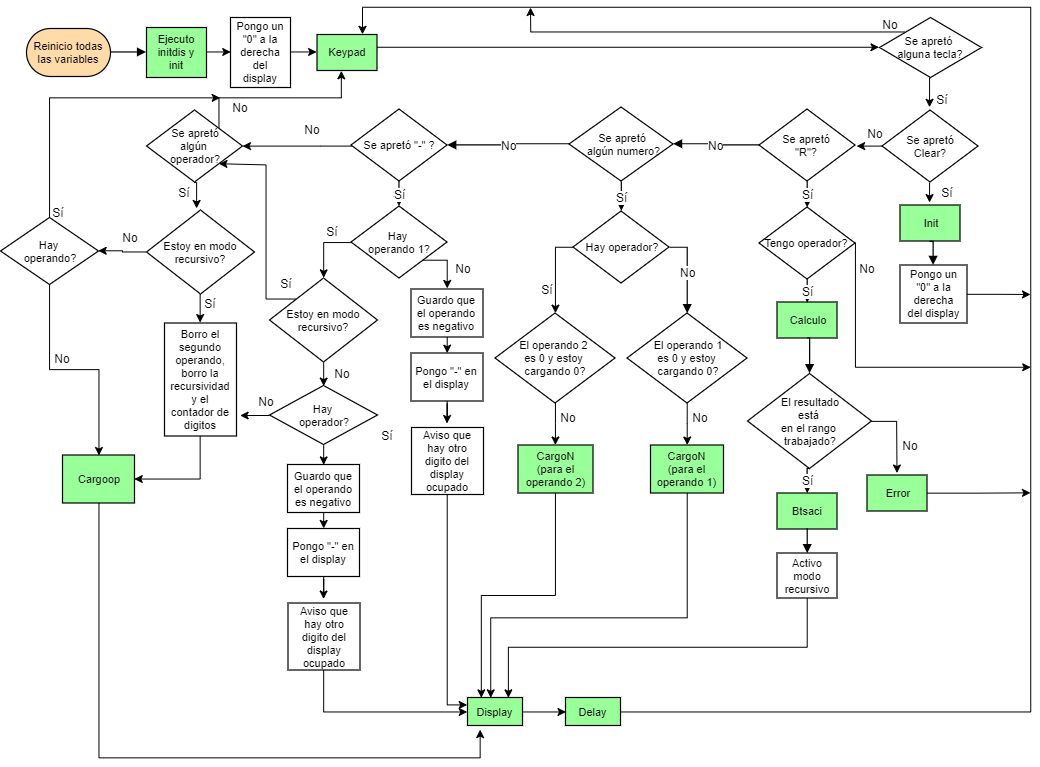
This is Diagramas de flujo/Main calculadora.png from FranBasili/CalculadoraASML, a draw.io export, as it was before one commit. Source tidied: cells renumbered, new cells last; positions are measured from the earlier drawing's top-left corner, leaving out a move shared by most shapes.
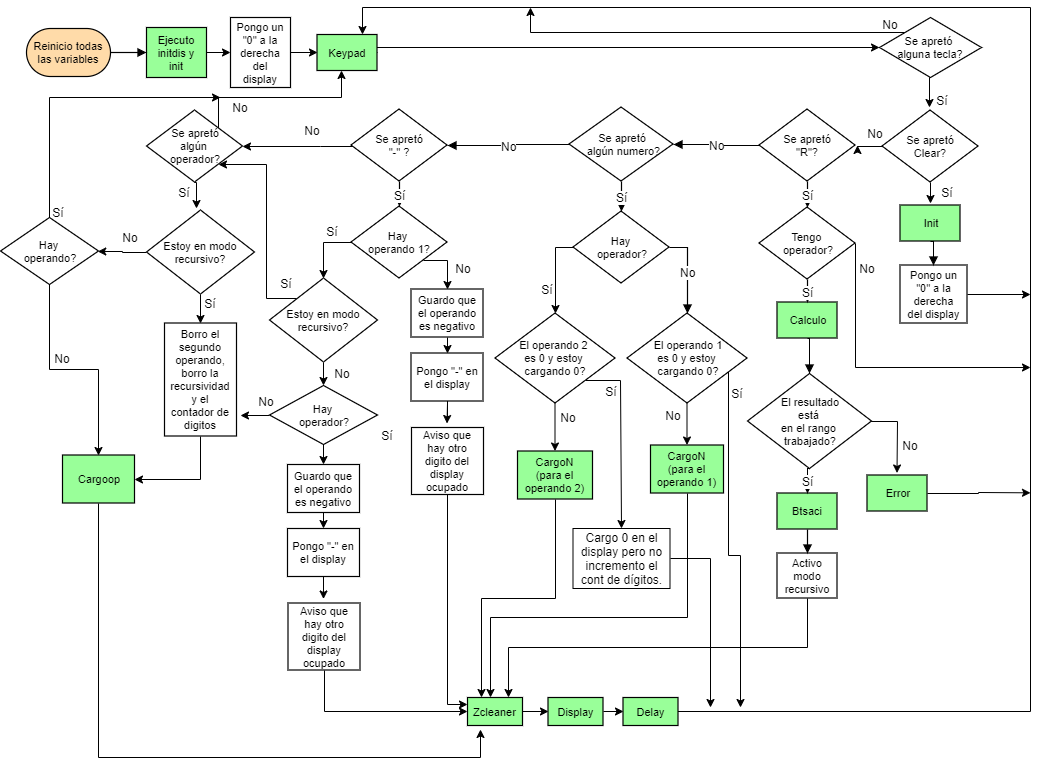
The same diagram one commit later.

Diff of the diagram source:
```diff
@@ -81,7 +81,7 @@
         </Array>
       </mxGeometry>
     </mxCell>
-    <mxCell id="22" value="Tengo operador?" style="html=1;whiteSpace=wrap;rhombus;fontSize=11;fontColor=#000000;spacing=5;strokeOpacity=100;strokeWidth=1.2;" parent="1" vertex="1">
+    <mxCell id="22" value="Tengo &lt;br&gt;operador?" style="html=1;whiteSpace=wrap;rhombus;fontSize=11;fontColor=#000000;spacing=5;strokeOpacity=100;strokeWidth=1.2;" parent="1" vertex="1">
       <mxGeometry x="758.5" y="199.5" width="96" height="72" as="geometry" />
     </mxCell>
     <mxCell id="23" value="Sí" style="html=1;jettySize=18;fontSize=11;fontColor=#000000;strokeOpacity=100;strokeWidth=1.2;rounded=1;arcSize=0;edgeStyle=orthogonalEdgeStyle;startArrow=none;endArrow=block;endFill=1;exitX=0.5;exitY=1.0104166666666667;exitPerimeter=1;entryX=0.5;entryY=-0.010416666666666725;entryPerimeter=1;" parent="1" edge="1" source="20" target="22">
@@ -143,12 +143,21 @@
         </Array>
       </mxGeometry>
     </mxCell>
-    <mxCell id="40" value="Hay operador?" style="html=1;whiteSpace=wrap;rhombus;fontSize=11;fontColor=#000000;spacing=5;strokeOpacity=100;strokeWidth=1.2;" parent="1" vertex="1">
+    <mxCell id="40" value="Hay &lt;br&gt;operador?" style="html=1;whiteSpace=wrap;rhombus;fontSize=11;fontColor=#000000;spacing=5;strokeOpacity=100;strokeWidth=1.2;" parent="1" vertex="1">
       <mxGeometry x="572.5" y="203.5" width="96" height="72" as="geometry" />
     </mxCell>
     <mxCell id="41" style="edgeStyle=orthogonalEdgeStyle;rounded=0;jettySize=auto;html=1;" parent="1" edge="1" source="42" target="44">
       <mxGeometry relative="1" as="geometry" />
     </mxCell>
+    <mxCell id="122" style="edgeStyle=orthogonalEdgeStyle;rounded=0;jettySize=auto;html=1;exitX=0.842;exitY=0.655;exitDx=0;exitDy=0;exitPerimeter=0;" parent="1" edge="1" source="42">
+      <mxGeometry relative="1" as="geometry">
+        <mxPoint x="740" y="700" as="targetPoint" />
+        <Array as="points">
+          <mxPoint x="728" y="548" />
+          <mxPoint x="740" y="548" />
+        </Array>
+      </mxGeometry>
+    </mxCell>
     <mxCell id="42" value="El operando 1 &lt;br&gt;es 0 y estoy &lt;br&gt;cargando 0?" style="html=1;whiteSpace=wrap;rhombus;fontSize=11;fontColor=#000000;spacing=5;strokeOpacity=100;strokeWidth=1.2;" parent="1" vertex="1">
       <mxGeometry x="626.5" y="305.5" width="120" height="90" as="geometry" />
     </mxCell>
@@ -184,7 +193,7 @@
         </Array>
       </mxGeometry>
     </mxCell>
-    <mxCell id="50" value="Se apretó &quot;-&quot; ?" style="html=1;whiteSpace=wrap;rhombus;fontSize=11;fontColor=#000000;spacing=5;strokeOpacity=100;strokeWidth=1.2;" parent="1" vertex="1">
+    <mxCell id="50" value="Se apretó &lt;br&gt;&quot;-&quot; ?" style="html=1;whiteSpace=wrap;rhombus;fontSize=11;fontColor=#000000;spacing=5;strokeOpacity=100;strokeWidth=1.2;" parent="1" vertex="1">
       <mxGeometry x="350.5" y="101.5" width="96" height="72" as="geometry" />
     </mxCell>
     <mxCell id="51" value="No" style="html=1;jettySize=18;fontSize=11;fontColor=#000000;strokeOpacity=100;strokeWidth=1.2;rounded=1;arcSize=0;edgeStyle=orthogonalEdgeStyle;startArrow=none;endArrow=block;endFill=1;exitX=-0.010416666666666696;exitY=0.5;exitPerimeter=1;entryX=1.0104166666666665;entryY=0.5;entryPerimeter=1;" parent="1" edge="1" source="28" target="50">
@@ -215,11 +224,18 @@
       <mxGeometry relative="1" as="geometry" />
     </mxCell>
     <mxCell id="60" value="No" style="text;html=1;strokeColor=none;fillColor=none;align=center;verticalAlign=middle;whiteSpace=wrap;rounded=0;" parent="1" vertex="1">
-      <mxGeometry x="679.5" y="399.5" width="40" height="20" as="geometry" />
+      <mxGeometry x="652.5" y="397.5" width="40" height="20" as="geometry" />
     </mxCell>
     <mxCell id="61" style="edgeStyle=orthogonalEdgeStyle;rounded=0;jettySize=auto;html=1;" parent="1" edge="1" source="62" target="64">
       <mxGeometry relative="1" as="geometry" />
     </mxCell>
+    <mxCell id="123" style="edgeStyle=orthogonalEdgeStyle;rounded=0;jettySize=auto;html=1;exitX=1;exitY=1;exitDx=0;exitDy=0;entryX=0.5;entryY=0;entryDx=0;entryDy=0;" parent="1" edge="1" source="62" target="126">
+      <mxGeometry relative="1" as="geometry">
+        <Array as="points">
+          <mxPoint x="620" y="373" />
+        </Array>
+      </mxGeometry>
+    </mxCell>
     <mxCell id="62" value="El operando 2&amp;nbsp;&lt;br&gt;es 0 y estoy &lt;br&gt;cargando 0?" style="html=1;whiteSpace=wrap;rhombus;fontSize=11;fontColor=#000000;spacing=5;strokeOpacity=100;strokeWidth=1.2;" parent="1" vertex="1">
       <mxGeometry x="494.5" y="305.5" width="120" height="90" as="geometry" />
     </mxCell>
@@ -227,7 +243,7 @@
       <mxGeometry relative="1" as="geometry" />
     </mxCell>
     <mxCell id="64" value="CargoN  (para el operando 2)" style="html=1;whiteSpace=wrap;fontSize=11;fontColor=#000000;spacing=5;strokeOpacity=100;strokeWidth=1.2;fillColor=#99FF99;" parent="1" vertex="1">
-      <mxGeometry x="517.5" y="437.5" width="75" height="48" as="geometry" />
+      <mxGeometry x="517" y="443.5" width="75" height="48" as="geometry" />
     </mxCell>
     <mxCell id="65" value="No" style="text;html=1;strokeColor=none;fillColor=none;align=center;verticalAlign=middle;whiteSpace=wrap;rounded=0;" parent="1" vertex="1">
       <mxGeometry x="547.5" y="399.5" width="40" height="20" as="geometry" />
@@ -407,10 +423,10 @@
     <mxCell id="114" value="No" style="text;html=1;strokeColor=none;fillColor=none;align=center;verticalAlign=middle;whiteSpace=wrap;rounded=0;" parent="1" vertex="1">
       <mxGeometry x="42" y="340.5" width="40" height="20" as="geometry" />
     </mxCell>
-    <mxCell id="115" style="edgeStyle=orthogonalEdgeStyle;rounded=0;jettySize=auto;html=1;exitX=1;exitY=0.5;exitDx=0;exitDy=0;entryX=0;entryY=0.5;entryDx=0;entryDy=0;" parent="1" edge="1" source="116" target="118">
+    <mxCell id="115" style="edgeStyle=orthogonalEdgeStyle;rounded=0;jettySize=auto;html=1;exitX=1;exitY=0.5;exitDx=0;exitDy=0;entryX=0;entryY=0.5;entryDx=0;entryDy=0;" parent="1" edge="1" source="128" target="118">
       <mxGeometry relative="1" as="geometry" />
     </mxCell>
-    <mxCell id="116" value="Display" style="html=1;whiteSpace=wrap;fontSize=11;fontColor=#000000;spacing=5;strokeOpacity=100;strokeWidth=1.2;fillColor=#99FF99;" parent="1" vertex="1">
+    <mxCell id="116" value="Zcleaner" style="html=1;whiteSpace=wrap;fontSize=11;fontColor=#000000;spacing=5;strokeOpacity=100;strokeWidth=1.2;fillColor=#99FF99;" parent="1" vertex="1">
       <mxGeometry x="467" y="690" width="55" height="28" as="geometry" />
     </mxCell>
     <mxCell id="117" style="edgeStyle=orthogonalEdgeStyle;rounded=0;jettySize=auto;html=1;entryX=0.75;entryY=0;entryDx=0;entryDy=0;" parent="1" edge="1" source="118" target="9">
@@ -423,7 +439,7 @@
       </mxGeometry>
     </mxCell>
     <mxCell id="118" value="Delay" style="html=1;whiteSpace=wrap;fontSize=11;fontColor=#000000;spacing=5;strokeOpacity=100;strokeWidth=1.2;fillColor=#99FF99;" parent="1" vertex="1">
-      <mxGeometry x="565" y="690" width="55" height="28" as="geometry" />
+      <mxGeometry x="622.5" y="690" width="55" height="28" as="geometry" />
     </mxCell>
     <mxCell id="119" value="No" style="text;html=1;strokeColor=none;fillColor=none;align=center;verticalAlign=middle;whiteSpace=wrap;rounded=0;" parent="1" vertex="1">
       <mxGeometry x="870" y="7" width="40" height="20" as="geometry" />
@@ -434,5 +450,28 @@
     <mxCell id="121" value="No" style="text;html=1;strokeColor=none;fillColor=none;align=center;verticalAlign=middle;whiteSpace=wrap;rounded=0;" parent="1" vertex="1">
       <mxGeometry x="245.5" y="383.5" width="40" height="20" as="geometry" />
     </mxCell>
+    <mxCell id="124" value="Sí" style="text;html=1;strokeColor=none;fillColor=none;align=center;verticalAlign=middle;whiteSpace=wrap;rounded=0;direction=south;" parent="1" vertex="1">
+      <mxGeometry x="726.5" y="365.5" width="20" height="40" as="geometry" />
+    </mxCell>
+    <mxCell id="125" style="edgeStyle=orthogonalEdgeStyle;rounded=0;jettySize=auto;html=1;exitX=1;exitY=0.5;exitDx=0;exitDy=0;" parent="1" edge="1" source="126">
+      <mxGeometry relative="1" as="geometry">
+        <mxPoint x="710" y="700" as="targetPoint" />
+        <Array as="points">
+          <mxPoint x="710" y="551" />
+        </Array>
+      </mxGeometry>
+    </mxCell>
+    <mxCell id="126" value="Cargo 0 en el display pero no incremento el cont de dígitos." style="rounded=0;whiteSpace=wrap;html=1;" parent="1" vertex="1">
+      <mxGeometry x="572.5" y="521" width="97" height="60" as="geometry" />
+    </mxCell>
+    <mxCell id="127" value="Sí" style="text;html=1;strokeColor=none;fillColor=none;align=center;verticalAlign=middle;whiteSpace=wrap;rounded=0;direction=south;" parent="1" vertex="1">
+      <mxGeometry x="601" y="363.5" width="20" height="40" as="geometry" />
+    </mxCell>
+    <mxCell id="128" value="Display" style="html=1;whiteSpace=wrap;fontSize=11;fontColor=#000000;spacing=5;strokeOpacity=100;strokeWidth=1.2;fillColor=#99FF99;" parent="1" vertex="1">
+      <mxGeometry x="547.5" y="690" width="55" height="28" as="geometry" />
+    </mxCell>
+    <mxCell id="129" style="edgeStyle=orthogonalEdgeStyle;rounded=0;jettySize=auto;html=1;exitX=1;exitY=0.5;exitDx=0;exitDy=0;entryX=0;entryY=0.5;entryDx=0;entryDy=0;" parent="1" edge="1" source="116" target="128">
+      <mxGeometry relative="1" as="geometry" />
+    </mxCell>
   </root>
 </mxGraphModel>
```
